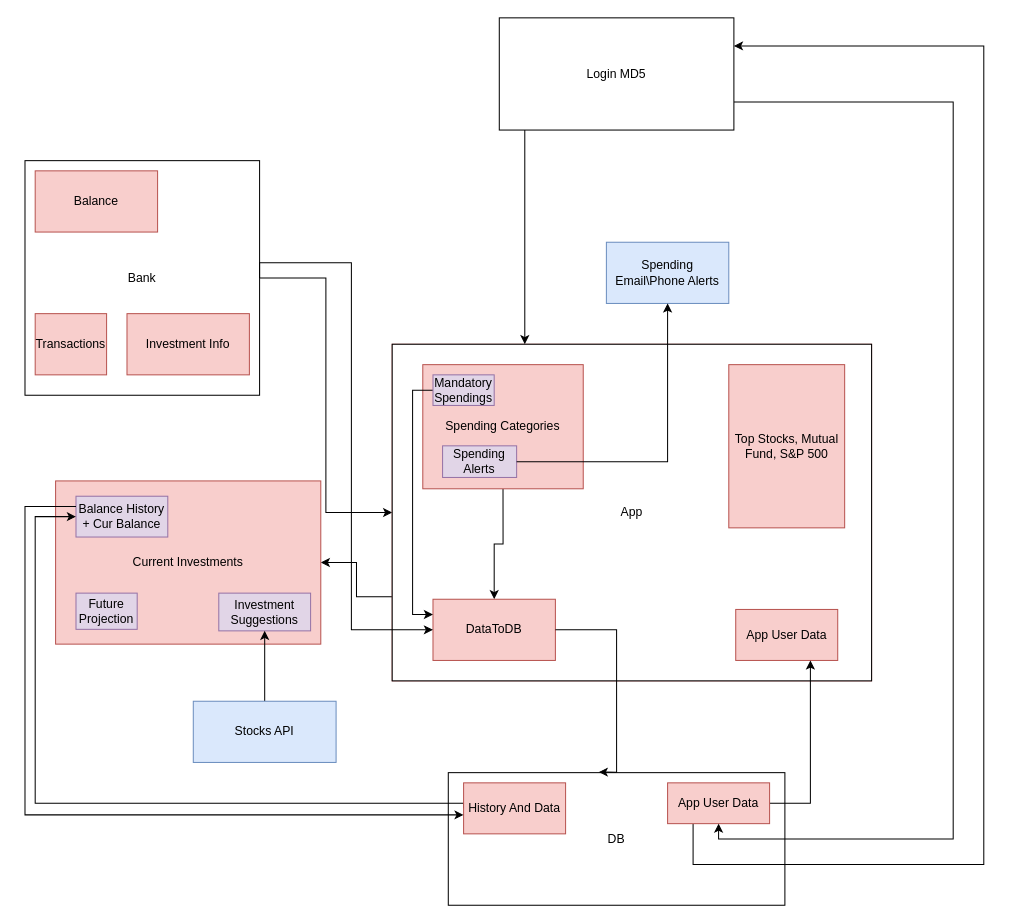
The draw.io diagram Finance.drawio in nadavbsc12/FinanceDiagram, before the edit. Source tidied: cells renumbered, new cells numbered last; positions are measured from the earlier drawing's top-left corner, leaving out a move shared by most shapes. Both pictures are drawn from the tidied source at 102%, with x=0, y=0 at pixel (24, 17).
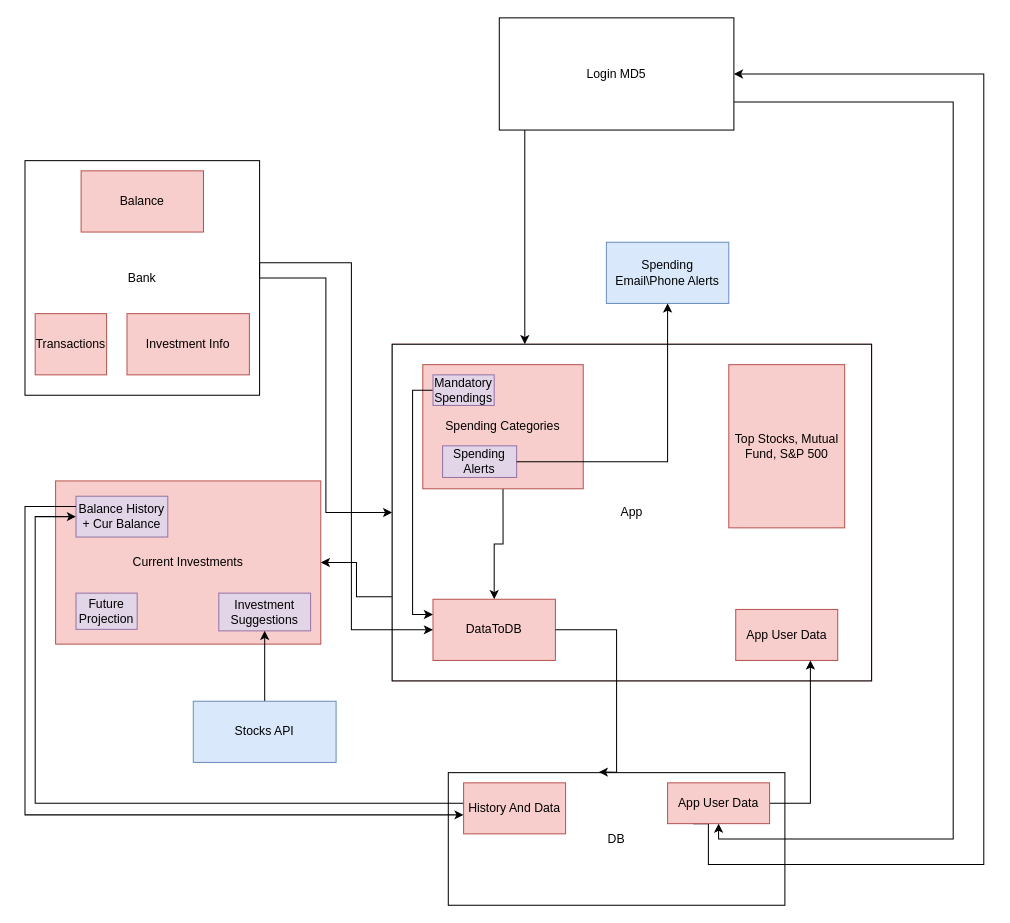
After the change.

Unchanged cells that the change refers to:
```xml
<mxCell id="30" value="App User Data" style="rounded=0;whiteSpace=wrap;html=1;fillColor=#f8cecc;strokeColor=#b85450;" parent="1" vertex="1">
  <mxGeometry x="630" y="750" width="100" height="40" as="geometry" />
</mxCell>
<mxCell id="39" value="Login MD5" style="rounded=0;whiteSpace=wrap;html=1;" parent="1" vertex="1">
  <mxGeometry x="465" width="230" height="110" as="geometry" />
</mxCell>
```

Change to the diagram source:
```diff
@@
     <mxCell id="7" value="Balance" style="rounded=0;whiteSpace=wrap;html=1;fillColor=#f8cecc;strokeColor=#b85450;" parent="1" vertex="1">
-      <mxGeometry x="10" y="150" width="120" height="60" as="geometry" />
+      <mxGeometry x="55" y="150" width="120" height="60" as="geometry" />
     </mxCell>
@@
-    <mxCell id="29" style="edgeStyle=orthogonalEdgeStyle;rounded=0;jettySize=auto;html=1;exitX=0.25;exitY=1;exitDx=0;exitDy=0;entryX=1;entryY=0.25;entryDx=0;entryDy=0;" parent="1" edge="1" source="30" target="39">
+    <mxCell id="29" style="edgeStyle=orthogonalEdgeStyle;rounded=0;jettySize=auto;html=1;exitX=0.25;exitY=1;exitDx=0;exitDy=0;entryX=1;entryY=0.5;entryDx=0;entryDy=0;" parent="1" edge="1" source="30" target="39">
       <mxGeometry relative="1" as="geometry">
         <Array as="points">
-          <mxPoint x="655" y="830" />
+          <mxPoint x="670" y="790" />
+          <mxPoint x="670" y="830" />
           <mxPoint x="940" y="830" />
-          <mxPoint x="940" y="27" />
+          <mxPoint x="940" y="55" />
         </Array>
       </mxGeometry>
     </mxCell>
```
